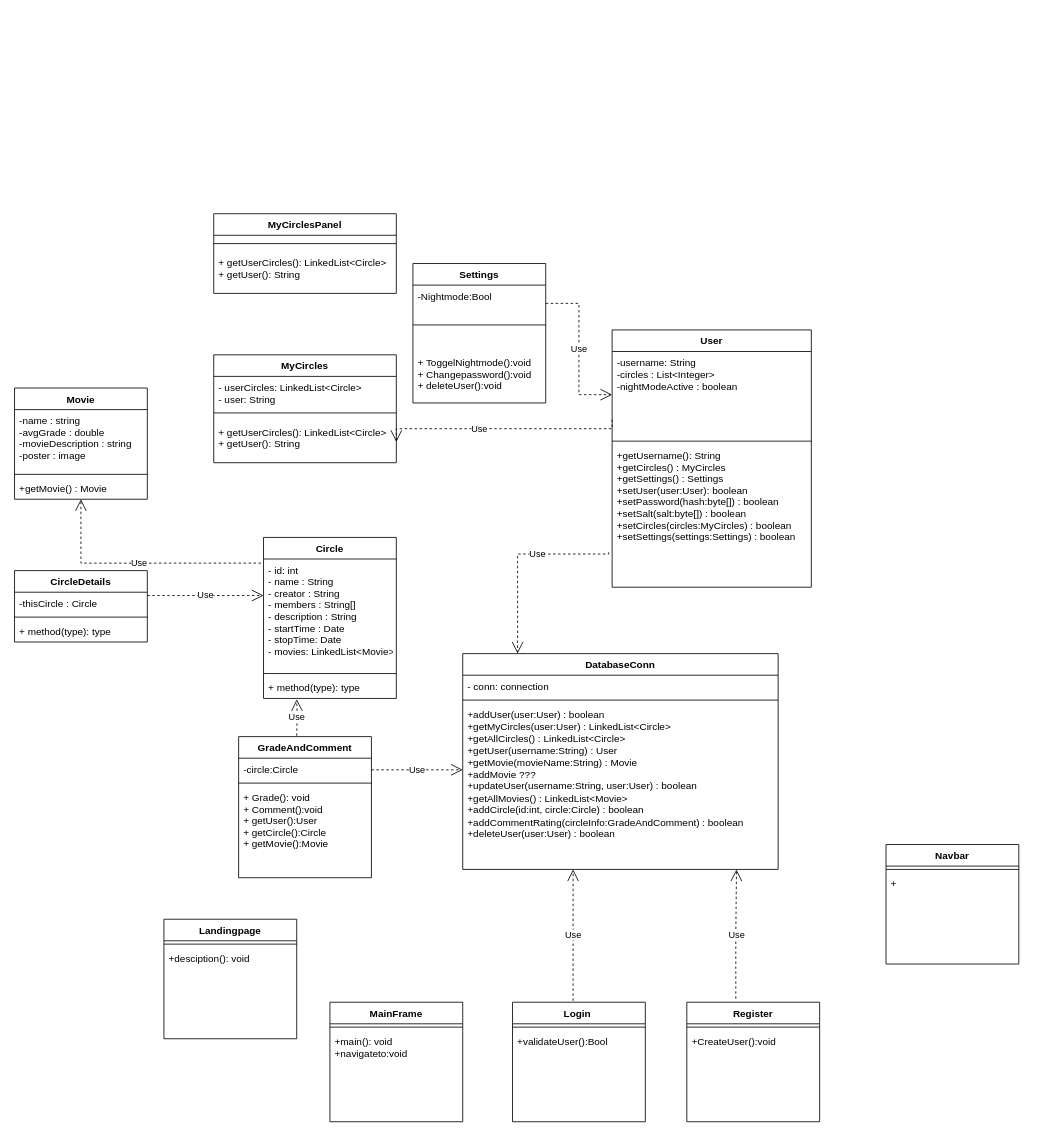
Above: Diagrams/UML.drawio in johanbergfalk/DAT055_circles (draw.io), before the change. Source tidied: cells renumbered, new cells numbered last; positions are measured from the earlier drawing's top-left corner, leaving out a move shared by most shapes. Both pictures are drawn from the tidied source at 83%, with x=0, y=0 at pixel (14, 213).
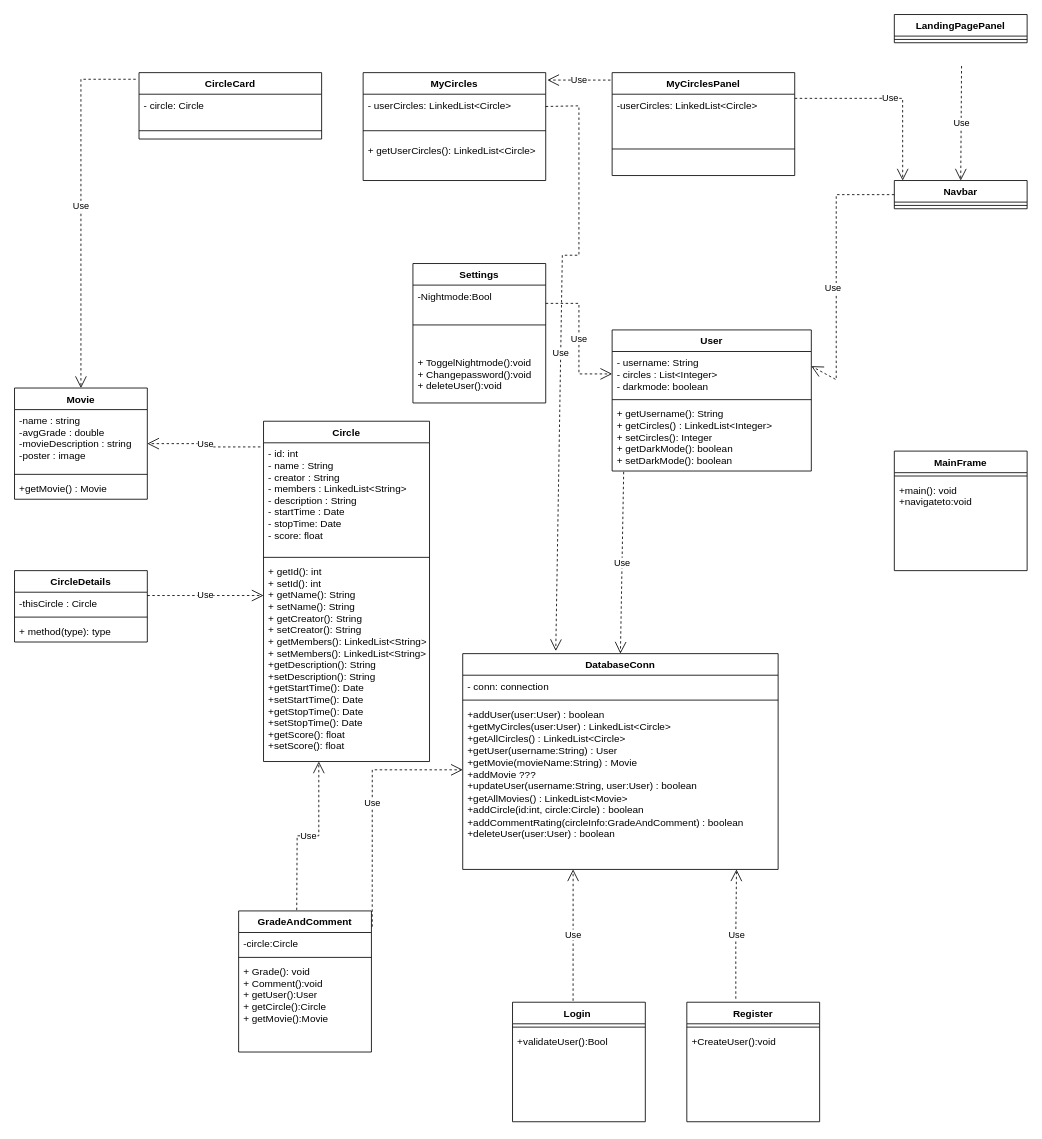
The same diagram, later.

The change refers to these unchanged cells:
```xml
<mxCell id="2" value="DatabaseConn" style="swimlane;fontStyle=1;align=center;verticalAlign=top;horizontal=1;startSize=26;" parent="1" vertex="1">
  <mxGeometry x="540" y="530" width="380" height="260" as="geometry" />
</mxCell>
<mxCell id="14" value="Movie" style="swimlane;fontStyle=1;align=center;verticalAlign=top;horizontal=1;startSize=26;" parent="1" vertex="1">
  <mxGeometry y="210" width="160" height="134" as="geometry" />
</mxCell>
```

The edit, as a diff of the source:
```diff
@@
     <mxCell id="6" value="Circle" style="swimlane;fontStyle=1;align=center;verticalAlign=top;horizontal=1;startSize=26;" parent="1" vertex="1">
-      <mxGeometry x="300" y="390" width="160" height="194" as="geometry" />
+      <mxGeometry x="300" y="250" width="200" height="410" as="geometry" />
     </mxCell>
-    <mxCell id="7" value="- id: int&#10;- name : String&#10;- creator : String&#10;- members : String[]&#10;- description : String&#10;- startTime : Date&#10;- stopTime: Date&#10;- movies: LinkedList&lt;Movie&gt;&#10;" style="text;strokeColor=none;fillColor=none;align=left;verticalAlign=top;spacingLeft=4;spacingRight=4;overflow=hidden;points=[[0,0.5],[1,0.5]];portConstraint=eastwest;" parent="6" vertex="1">
-      <mxGeometry y="26" width="160" height="134" as="geometry" />
+    <mxCell id="7" value="- id: int&#10;- name : String&#10;- creator : String&#10;- members : LinkedList&lt;String&gt;&#10;- description : String&#10;- startTime : Date&#10;- stopTime: Date&#10;- score: float&#10;" style="text;strokeColor=none;fillColor=none;align=left;verticalAlign=top;spacingLeft=4;spacingRight=4;overflow=hidden;points=[[0,0.5],[1,0.5]];portConstraint=eastwest;" parent="6" vertex="1">
+      <mxGeometry y="26" width="200" height="134" as="geometry" />
     </mxCell>
     <mxCell id="8" style="line;strokeWidth=1;fillColor=none;align=left;verticalAlign=middle;spacingTop=-1;spacingLeft=3;spacingRight=3;labelPosition=right;" parent="6" vertex="1">
-      <mxGeometry y="160" width="160" height="8" as="geometry" />
+      <mxGeometry y="160" width="200" height="8" as="geometry" />
     </mxCell>
-    <mxCell id="9" value="+ method(type): type" style="text;strokeColor=none;fillColor=none;align=left;verticalAlign=top;spacingLeft=4;spacingRight=4;overflow=hidden;points=[[0,0.5],[1,0.5]];portConstraint=eastwest;" parent="6" vertex="1">
-      <mxGeometry y="168" width="160" height="26" as="geometry" />
+    <mxCell id="9" value="+ getId(): int&#10;+ setId(): int&#10;+ getName(): String&#10;+ setName(): String&#10;+ getCreator(): String&#10;+ setCreator(): String&#10;+ getMembers(): LinkedList&lt;String&gt;&#10;+ setMembers(): LinkedList&lt;String&gt;&#10;+getDescription(): String&#10;+setDescription(): String&#10;+getStartTime(): Date&#10;+setStartTime(): Date&#10;+getStopTime(): Date&#10;+setStopTime(): Date&#10;+getScore(): float&#10;+setScore(): float" style="text;strokeColor=none;fillColor=none;align=left;verticalAlign=top;spacingLeft=4;spacingRight=4;overflow=hidden;points=[[0,0.5],[1,0.5]];portConstraint=eastwest;" parent="6" vertex="1">
+      <mxGeometry y="168" width="200" height="242" as="geometry" />
     </mxCell>
     <mxCell id="10" value="MyCircles" style="swimlane;fontStyle=1;align=center;verticalAlign=top;horizontal=1;startSize=26;" parent="1" vertex="1">
-      <mxGeometry x="240" y="170" width="220" height="130" as="geometry" />
+      <mxGeometry x="420" y="-170" width="220" height="130" as="geometry" />
     </mxCell>
-    <mxCell id="11" value="- userCircles: LinkedList&lt;Circle&gt; &#10;- user: String&#10;" style="text;strokeColor=none;fillColor=none;align=left;verticalAlign=top;spacingLeft=4;spacingRight=4;overflow=hidden;points=[[0,0.5],[1,0.5]];portConstraint=eastwest;" parent="10" vertex="1">
+    <mxCell id="11" value="- userCircles: LinkedList&lt;Circle&gt; &#10;" style="text;strokeColor=none;fillColor=none;align=left;verticalAlign=top;spacingLeft=4;spacingRight=4;overflow=hidden;points=[[0,0.5],[1,0.5]];portConstraint=eastwest;" parent="10" vertex="1">
       <mxGeometry y="26" width="220" height="34" as="geometry" />
     </mxCell>
@@
-    <mxCell id="13" value="+ getUserCircles(): LinkedList&lt;Circle&gt;&#10;+ getUser(): String" style="text;strokeColor=none;fillColor=none;align=left;verticalAlign=top;spacingLeft=4;spacingRight=4;overflow=hidden;points=[[0,0.5],[1,0.5]];portConstraint=eastwest;" parent="10" vertex="1">
+    <mxCell id="13" value="+ getUserCircles(): LinkedList&lt;Circle&gt;" style="text;strokeColor=none;fillColor=none;align=left;verticalAlign=top;spacingLeft=4;spacingRight=4;overflow=hidden;points=[[0,0.5],[1,0.5]];portConstraint=eastwest;" parent="10" vertex="1">
       <mxGeometry y="80" width="220" height="50" as="geometry" />
     </mxCell>
@@
     <mxCell id="22" value="GradeAndComment" style="swimlane;fontStyle=1;align=center;verticalAlign=top;horizontal=1;startSize=26;" parent="1" vertex="1">
-      <mxGeometry x="270" y="630" width="160" height="170" as="geometry" />
+      <mxGeometry x="270" y="840" width="160" height="170" as="geometry" />
     </mxCell>
-    <mxCell id="23" value="Use" style="endArrow=open;endSize=12;dashed=1;html=1;rounded=0;edgeStyle=orthogonalEdgeStyle;entryX=0.25;entryY=1.038;entryDx=0;entryDy=0;entryPerimeter=0;" parent="22" edge="1" target="9">
+    <mxCell id="23" value="Use" style="endArrow=open;endSize=12;dashed=1;html=1;rounded=0;edgeStyle=orthogonalEdgeStyle;entryX=0.333;entryY=1;entryDx=0;entryDy=0;entryPerimeter=0;" parent="22" edge="1" target="9">
       <mxGeometry relative="1" as="geometry">
         <mxPoint x="70" y="-1" as="sourcePoint" />
       </mxGeometry>
     </mxCell>
@@
     <mxCell id="31" value="User" style="swimlane;fontStyle=1;align=center;verticalAlign=top;horizontal=1;startSize=26;" parent="1" vertex="1">
-      <mxGeometry x="720" y="140" width="240" height="310" as="geometry" />
+      <mxGeometry x="720" y="140" width="240" height="170" as="geometry" />
     </mxCell>
-    <mxCell id="32" value="-username: String&#10;-circles : List&lt;Integer&gt;&#10;-nightModeActive : boolean" style="text;strokeColor=none;fillColor=none;align=left;verticalAlign=top;spacingLeft=4;spacingRight=4;overflow=hidden;points=[[0,0.5],[1,0.5]];portConstraint=eastwest;whiteSpace=wrap;" parent="31" vertex="1">
-      <mxGeometry y="26" width="240" height="104" as="geometry" />
+    <mxCell id="32" value="- username: String&#10;- circles : List&lt;Integer&gt;&#10;- darkmode: boolean" style="text;strokeColor=none;fillColor=none;align=left;verticalAlign=top;spacingLeft=4;spacingRight=4;overflow=hidden;points=[[0,0.5],[1,0.5]];portConstraint=eastwest;whiteSpace=wrap;" parent="31" vertex="1">
+      <mxGeometry y="26" width="240" height="54" as="geometry" />
     </mxCell>
     <mxCell id="33" style="line;strokeWidth=1;fillColor=none;align=left;verticalAlign=middle;spacingTop=-1;spacingLeft=3;spacingRight=3;labelPosition=right;" parent="31" vertex="1">
-      <mxGeometry y="130" width="240" height="8" as="geometry" />
+      <mxGeometry y="80" width="240" height="8" as="geometry" />
     </mxCell>
-    <mxCell id="34" value="+getUsername(): String&#10;+getCircles() : MyCircles&#10;+getSettings() : Settings&#10;+setUser(user:User): boolean&#10;+setPassword(hash:byte[]) : boolean&#10;+setSalt(salt:byte[]) : boolean&#10;+setCircles(circles:MyCircles) : boolean&#10;+setSettings(settings:Settings) : boolean&#10;" style="text;strokeColor=none;fillColor=none;align=left;verticalAlign=top;spacingLeft=4;spacingRight=4;overflow=hidden;points=[[0,0.5],[1,0.5]];portConstraint=eastwest;" parent="31" vertex="1">
-      <mxGeometry y="138" width="240" height="172" as="geometry" />
+    <mxCell id="34" value="+ getUsername(): String&#10;+ getCircles() : LinkedList&lt;Integer&gt; &#10;+ setCircles(): Integer&#10;+ getDarkMode(): boolean&#10;+ setDarkMode(): boolean&#10;" style="text;strokeColor=none;fillColor=none;align=left;verticalAlign=top;spacingLeft=4;spacingRight=4;overflow=hidden;points=[[0,0.5],[1,0.5]];portConstraint=eastwest;" parent="31" vertex="1">
+      <mxGeometry y="88" width="240" height="82" as="geometry" />
     </mxCell>
-    <mxCell id="35" value="Use" style="endArrow=open;endSize=12;dashed=1;html=1;rounded=0;edgeStyle=orthogonalEdgeStyle;entryX=0.174;entryY=0;entryDx=0;entryDy=0;entryPerimeter=0;exitX=-0.017;exitY=0.756;exitDx=0;exitDy=0;exitPerimeter=0;" parent="1" edge="1" source="34" target="2">
-      <mxGeometry x="-0.24" relative="1" as="geometry">
-        <Array as="points">
-          <mxPoint x="716" y="410" />
-          <mxPoint x="606" y="410" />
-        </Array>
-      </mxGeometry>
-    </mxCell>
@@
-    <mxCell id="37" value="Use" style="endArrow=open;endSize=12;dashed=1;html=1;rounded=0;edgeStyle=orthogonalEdgeStyle;exitX=0;exitY=0.788;exitDx=0;exitDy=0;exitPerimeter=0;entryX=1;entryY=0.5;entryDx=0;entryDy=0;" parent="1" edge="1" source="32" target="13">
-      <mxGeometry x="0.19" relative="1" as="geometry">
-        <Array as="points">
-          <mxPoint x="720" y="259" />
-          <mxPoint x="460" y="259" />
-        </Array>
-      </mxGeometry>
-    </mxCell>
-    <mxCell id="38" value="Use" style="endArrow=open;endSize=12;dashed=1;html=1;rounded=0;edgeStyle=orthogonalEdgeStyle;" parent="1" edge="1">
+    <mxCell id="38" value="Use" style="endArrow=open;endSize=12;dashed=1;html=1;rounded=0;edgeStyle=orthogonalEdgeStyle;exitX=1.006;exitY=0.112;exitDx=0;exitDy=0;exitPerimeter=0;" parent="1" edge="1" source="22">
       <mxGeometry relative="1" as="geometry">
-        <mxPoint x="430" y="670" as="sourcePoint" />
         <mxPoint x="540" y="670" as="targetPoint" />
+        <Array as="points">
+          <mxPoint x="431" y="670" />
+        </Array>
       </mxGeometry>
     </mxCell>
@@
     <mxCell id="41" value="MainFrame" style="swimlane;fontStyle=1;align=center;verticalAlign=top;horizontal=1;startSize=26;" parent="1" vertex="1">
-      <mxGeometry x="380" y="950" width="160" height="144" as="geometry" />
+      <mxGeometry x="1060" y="286" width="160" height="144" as="geometry" />
     </mxCell>
@@
-    <mxCell id="52" value="Landingpage" style="swimlane;fontStyle=1;align=center;verticalAlign=top;horizontal=1;startSize=26;" parent="1" vertex="1">
-      <mxGeometry x="180" y="850" width="160" height="144" as="geometry" />
+    <mxCell id="52" value="LandingPagePanel" style="swimlane;fontStyle=1;align=center;verticalAlign=top;horizontal=1;startSize=26;" parent="1" vertex="1">
+      <mxGeometry x="1060" y="-240" width="160" height="34" as="geometry" />
     </mxCell>
@@
-    <mxCell id="54" value="+desciption(): void&#10;" style="text;strokeColor=none;fillColor=none;align=left;verticalAlign=top;spacingLeft=4;spacingRight=4;overflow=hidden;" parent="52" vertex="1">
-      <mxGeometry y="34" width="160" height="110" as="geometry" />
-    </mxCell>
     <mxCell id="55" value="Navbar" style="swimlane;fontStyle=1;align=center;verticalAlign=top;horizontal=1;startSize=26;" parent="1" vertex="1">
-      <mxGeometry x="1050" y="760" width="160" height="144" as="geometry" />
+      <mxGeometry x="1060" y="-40" width="160" height="34" as="geometry" />
     </mxCell>
@@
-    <mxCell id="57" value="+&#10;" style="text;strokeColor=none;fillColor=none;align=left;verticalAlign=top;spacingLeft=4;spacingRight=4;overflow=hidden;" parent="55" vertex="1">
-      <mxGeometry y="34" width="160" height="110" as="geometry" />
-    </mxCell>
     <mxCell id="58" value="MyCirclesPanel" style="swimlane;fontStyle=1;align=center;verticalAlign=top;horizontal=1;startSize=26;" parent="1" vertex="1">
-      <mxGeometry x="240" width="220" height="96" as="geometry" />
+      <mxGeometry x="720" y="-170" width="220" height="124" as="geometry" />
     </mxCell>
+    <mxCell id="61" value="-userCircles: LinkedList&lt;Circle&gt;" style="text;strokeColor=none;fillColor=none;align=left;verticalAlign=top;spacingLeft=4;spacingRight=4;overflow=hidden;" parent="58" vertex="1">
+      <mxGeometry y="26" width="220" height="34" as="geometry" />
+    </mxCell>
     <mxCell id="59" style="line;strokeWidth=1;fillColor=none;align=left;verticalAlign=middle;spacingTop=-1;spacingLeft=3;spacingRight=3;labelPosition=right;" parent="58" vertex="1">
-      <mxGeometry y="26" width="220" height="20" as="geometry" />
+      <mxGeometry y="60" width="220" height="64" as="geometry" />
     </mxCell>
-    <mxCell id="60" value="+ getUserCircles(): LinkedList&lt;Circle&gt;&#10;+ getUser(): String" style="text;strokeColor=none;fillColor=none;align=left;verticalAlign=top;spacingLeft=4;spacingRight=4;overflow=hidden;" parent="58" vertex="1">
-      <mxGeometry y="46" width="220" height="50" as="geometry" />
-    </mxCell>
+    <mxCell id="62" value="Use" style="endArrow=open;endSize=12;dashed=1;html=1;rounded=0;exitX=0;exitY=0.5;exitDx=0;exitDy=0;entryX=1;entryY=0.327;entryDx=0;entryDy=0;entryPerimeter=0;" parent="1" edge="1" source="55" target="32">
+      <mxGeometry x="0.12" y="-4" relative="1" as="geometry">
+        <Array as="points">
+          <mxPoint x="990" y="-23" />
+          <mxPoint x="990" y="200" />
+        </Array>
+      </mxGeometry>
+    </mxCell>
+    <mxCell id="63" value="Use" style="endArrow=open;endSize=12;dashed=1;html=1;rounded=0;exitX=1;exitY=0.25;exitDx=0;exitDy=0;entryX=0.063;entryY=0;entryDx=0;entryDy=0;entryPerimeter=0;" parent="1" edge="1" source="58" target="55">
+      <mxGeometry relative="1" as="geometry">
+        <Array as="points">
+          <mxPoint x="1070" y="-139" />
+        </Array>
+      </mxGeometry>
+    </mxCell>
+    <mxCell id="64" value="Use" style="endArrow=open;endSize=12;dashed=1;html=1;rounded=0;entryX=1.009;entryY=0.069;entryDx=0;entryDy=0;entryPerimeter=0;" parent="1" edge="1" target="10">
+      <mxGeometry relative="1" as="geometry">
+        <mxPoint x="718" y="-161" as="sourcePoint" />
+      </mxGeometry>
+    </mxCell>
+    <mxCell id="65" value="CircleCard" style="swimlane;fontStyle=1;align=center;verticalAlign=top;horizontal=1;startSize=26;" parent="1" vertex="1">
+      <mxGeometry x="150" y="-170" width="220" height="80" as="geometry" />
+    </mxCell>
+    <mxCell id="66" value="- circle: Circle" style="text;strokeColor=none;fillColor=none;align=left;verticalAlign=top;spacingLeft=4;spacingRight=4;overflow=hidden;" parent="65" vertex="1">
+      <mxGeometry y="26" width="220" height="34" as="geometry" />
+    </mxCell>
+    <mxCell id="67" style="line;strokeWidth=1;fillColor=none;align=left;verticalAlign=middle;spacingTop=-1;spacingLeft=3;spacingRight=3;labelPosition=right;" parent="65" vertex="1">
+      <mxGeometry y="60" width="220" height="20" as="geometry" />
+    </mxCell>
+    <mxCell id="68" value="Use" style="endArrow=open;endSize=12;dashed=1;html=1;rounded=0;exitX=-0.018;exitY=0.1;exitDx=0;exitDy=0;exitPerimeter=0;" parent="1" edge="1" source="65" target="14">
+      <mxGeometry relative="1" as="geometry">
+        <Array as="points">
+          <mxPoint x="80" y="-162" />
+        </Array>
+      </mxGeometry>
+    </mxCell>
+    <mxCell id="69" value="Use" style="endArrow=open;endSize=12;dashed=1;html=1;rounded=0;entryX=0.5;entryY=0;entryDx=0;entryDy=0;exitX=0.506;exitY=1.077;exitDx=0;exitDy=0;exitPerimeter=0;" parent="1" edge="1" target="55">
+      <mxGeometry relative="1" as="geometry">
+        <mxPoint x="1141" y="-178" as="sourcePoint" />
+      </mxGeometry>
+    </mxCell>
+    <mxCell id="70" value="Use" style="endArrow=open;endSize=12;dashed=1;html=1;rounded=0;entryX=0.295;entryY=-0.012;entryDx=0;entryDy=0;entryPerimeter=0;" parent="1" edge="1" source="11" target="2">
+      <mxGeometry relative="1" as="geometry">
+        <Array as="points">
+          <mxPoint x="680" y="-130" />
+          <mxPoint x="680" y="50" />
+          <mxPoint x="660" y="50" />
+        </Array>
+      </mxGeometry>
+    </mxCell>
+    <mxCell id="35" value="Use" style="endArrow=open;endSize=12;dashed=1;html=1;rounded=0;exitX=0.058;exitY=1.012;exitDx=0;exitDy=0;exitPerimeter=0;entryX=0.5;entryY=0;entryDx=0;entryDy=0;" parent="1" edge="1" source="34" target="2">
+      <mxGeometry relative="1" as="geometry" />
+    </mxCell>
```
